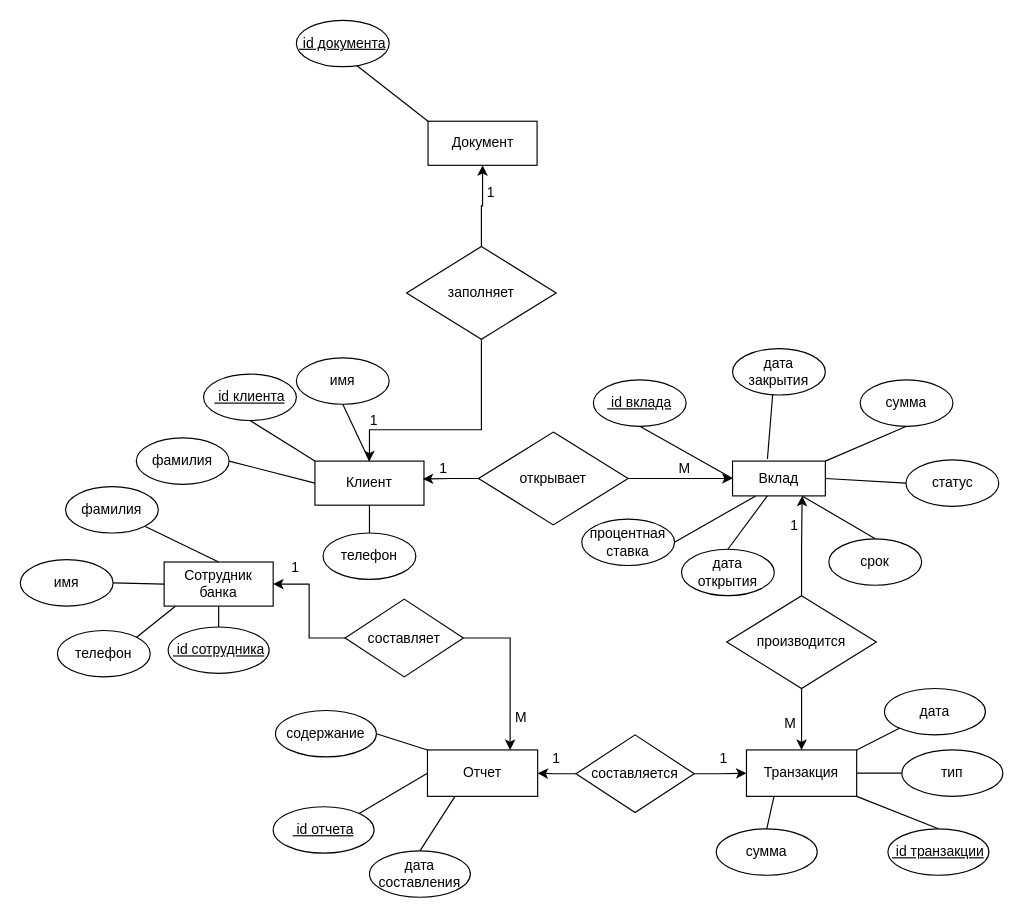
This is lab1.drawio from OlegWhiteRose/Architectures-for-highload, a draw.io file, before an edit. Source tidied: cells renumbered, new cells numbered last; positions are measured from the earlier drawing's top-left corner, leaving out a move shared by most shapes. Both pictures are drawn from the tidied source at 116%, with x=0, y=0 at pixel (20, 20).
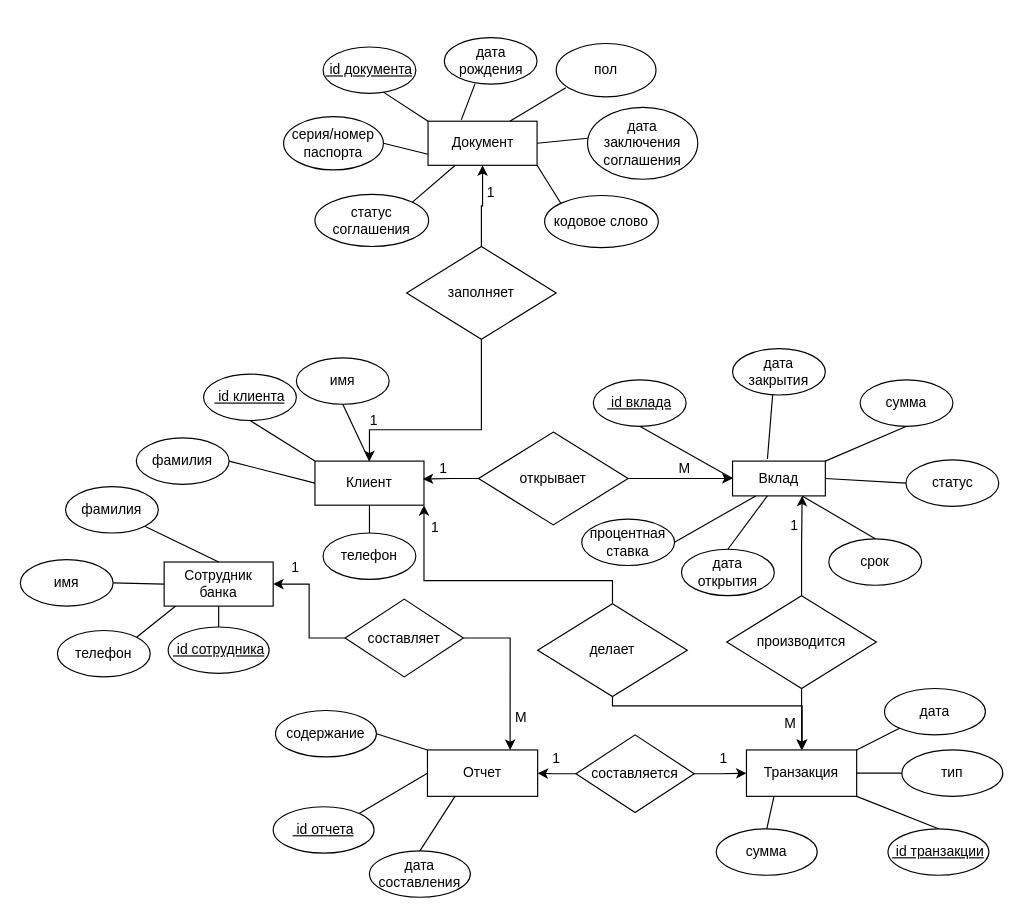
The same diagram, later.

The change refers to these unchanged cells:
```xml
<mxCell id="13" value="Клиент" style="rounded=0;whiteSpace=wrap;html=1;" parent="1" vertex="1">
  <mxGeometry x="254" y="380" width="94" height="38" as="geometry" />
</mxCell>
<mxCell id="29" value="Транзакция" style="rounded=0;whiteSpace=wrap;html=1;" parent="1" vertex="1">
  <mxGeometry x="626" y="629" width="95" height="40" as="geometry" />
</mxCell>
<mxCell id="63" value="Документ" style="rounded=0;whiteSpace=wrap;html=1;" parent="1" vertex="1">
  <mxGeometry x="351.5" y="87" width="94" height="38" as="geometry" />
</mxCell>
```

What changed in the source:
```diff
@@
     <mxCell id="77" value="&lt;u&gt;&amp;nbsp;id документа&lt;/u&gt;" style="ellipse;whiteSpace=wrap;html=1;" parent="1" vertex="1">
-      <mxGeometry x="238" width="80" height="40" as="geometry" />
+      <mxGeometry x="261" y="23" width="80" height="40" as="geometry" />
     </mxCell>
@@
+    <mxCell id="79" value="серия/номер паспорта" style="ellipse;whiteSpace=wrap;html=1;" parent="1" vertex="1">
+      <mxGeometry x="227" y="83" width="86" height="46" as="geometry" />
+    </mxCell>
+    <mxCell id="80" style="endArrow=none;html=1;rounded=0;exitX=1;exitY=0.5;exitDx=0;exitDy=0;entryX=0;entryY=0.75;entryDx=0;entryDy=0;" parent="1" edge="1" source="79" target="63">
+      <mxGeometry relative="1" as="geometry" />
+    </mxCell>
+    <mxCell id="81" value="дата рождения" style="ellipse;whiteSpace=wrap;html=1;" parent="1" vertex="1">
+      <mxGeometry x="365.5" y="15" width="80" height="40" as="geometry" />
+    </mxCell>
+    <mxCell id="82" style="endArrow=none;html=1;rounded=0;exitX=0.305;exitY=-0.031;exitDx=0;exitDy=0;exitPerimeter=0;entryX=0.332;entryY=0.989;entryDx=0;entryDy=0;entryPerimeter=0;" parent="1" edge="1" source="63" target="81">
+      <mxGeometry relative="1" as="geometry" />
+    </mxCell>
+    <mxCell id="83" value="пол" style="ellipse;whiteSpace=wrap;html=1;" parent="1" vertex="1">
+      <mxGeometry x="462" y="20" width="86" height="46" as="geometry" />
+    </mxCell>
+    <mxCell id="84" style="endArrow=none;html=1;rounded=0;exitX=0.75;exitY=0;exitDx=0;exitDy=0;entryX=0.096;entryY=0.831;entryDx=0;entryDy=0;entryPerimeter=0;" parent="1" edge="1" source="63" target="83">
+      <mxGeometry relative="1" as="geometry" />
+    </mxCell>
+    <mxCell id="85" value="дата заключения соглашения" style="ellipse;whiteSpace=wrap;html=1;" parent="1" vertex="1">
+      <mxGeometry x="489" y="75" width="95" height="62" as="geometry" />
+    </mxCell>
+    <mxCell id="86" style="endArrow=none;html=1;rounded=0;exitX=1;exitY=0.5;exitDx=0;exitDy=0;entryX=0.001;entryY=0.431;entryDx=0;entryDy=0;entryPerimeter=0;" parent="1" edge="1" source="63" target="85">
+      <mxGeometry relative="1" as="geometry" />
+    </mxCell>
+    <mxCell id="87" value="кодовое слово" style="ellipse;whiteSpace=wrap;html=1;" parent="1" vertex="1">
+      <mxGeometry x="452" y="151" width="98" height="45" as="geometry" />
+    </mxCell>
+    <mxCell id="88" style="endArrow=none;html=1;rounded=0;exitX=0;exitY=0;exitDx=0;exitDy=0;entryX=1;entryY=1;entryDx=0;entryDy=0;" parent="1" edge="1" source="87" target="63">
+      <mxGeometry relative="1" as="geometry" />
+    </mxCell>
+    <mxCell id="89" value="статус соглашения" style="ellipse;whiteSpace=wrap;html=1;" parent="1" vertex="1">
+      <mxGeometry x="254" y="150" width="98" height="45" as="geometry" />
+    </mxCell>
+    <mxCell id="90" style="endArrow=none;html=1;rounded=0;exitX=1;exitY=0;exitDx=0;exitDy=0;entryX=0.25;entryY=1;entryDx=0;entryDy=0;" parent="1" edge="1" source="89" target="63">
+      <mxGeometry relative="1" as="geometry" />
+    </mxCell>
+    <mxCell id="91" style="edgeStyle=orthogonalEdgeStyle;rounded=0;jettySize=auto;html=1;entryX=1;entryY=1;entryDx=0;entryDy=0;" parent="1" edge="1" source="93" target="13">
+      <mxGeometry relative="1" as="geometry">
+        <Array as="points">
+          <mxPoint x="510" y="483" />
+          <mxPoint x="348" y="483" />
+        </Array>
+      </mxGeometry>
+    </mxCell>
+    <mxCell id="92" style="edgeStyle=orthogonalEdgeStyle;rounded=0;jettySize=auto;html=1;" parent="1" edge="1" source="93" target="29">
+      <mxGeometry relative="1" as="geometry">
+        <Array as="points">
+          <mxPoint x="510" y="591" />
+          <mxPoint x="674" y="591" />
+        </Array>
+      </mxGeometry>
+    </mxCell>
+    <mxCell id="93" value="делает" style="rhombus;whiteSpace=wrap;html=1;" parent="1" vertex="1">
+      <mxGeometry x="446" y="503" width="129" height="80" as="geometry" />
+    </mxCell>
+    <mxCell id="94" value="1" style="text;html=1;align=center;verticalAlign=middle;whiteSpace=wrap;rounded=0;" parent="1" vertex="1">
+      <mxGeometry x="328" y="423" width="60" height="30" as="geometry" />
+    </mxCell>
```
